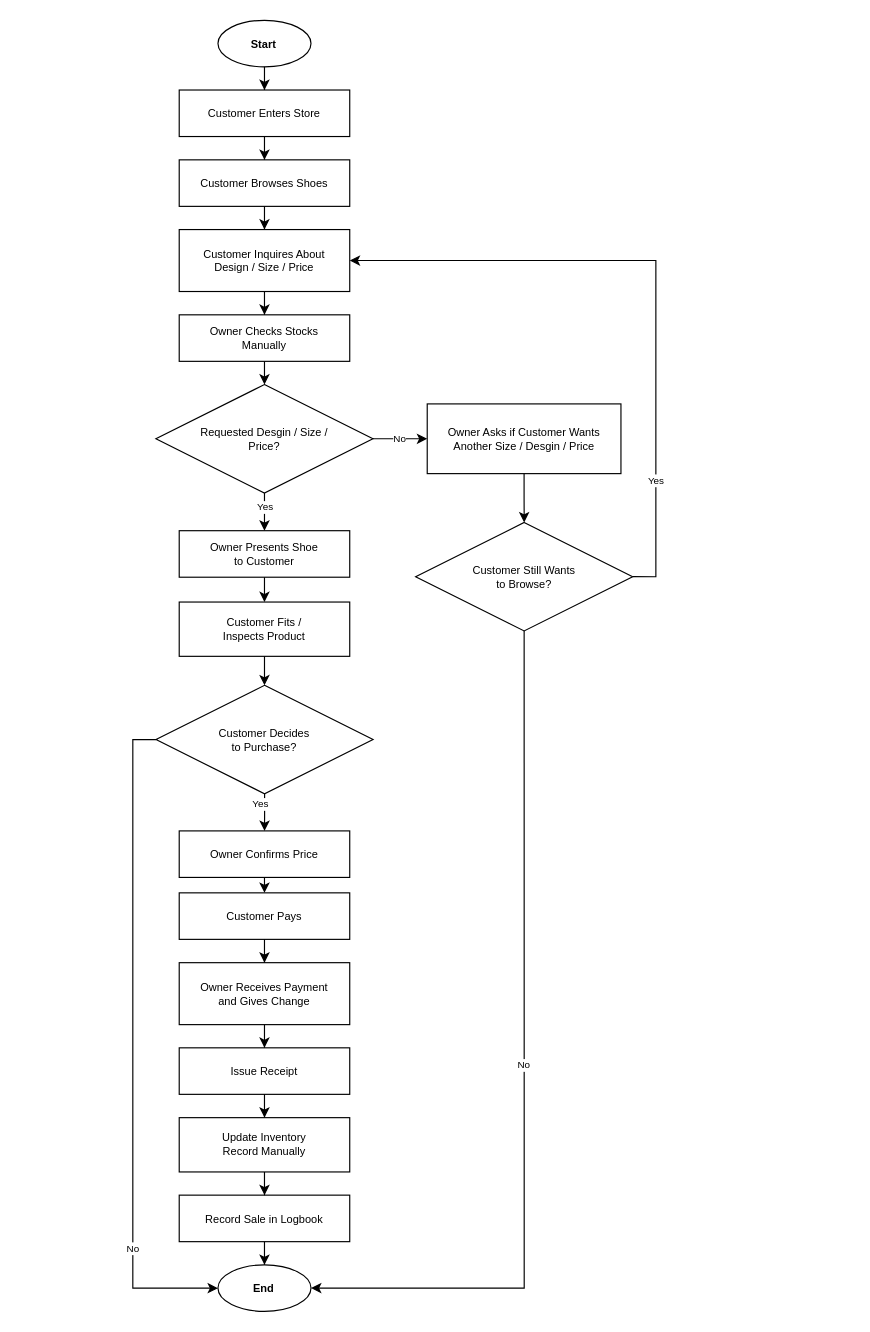
kibs06/CUF keeps this draw.io diagram as docs/diagrams/in-store-customer-journey.drawio. Above is the earlier version. Source tidied: cells renumbered, new cells numbered last; positions are measured from the earlier drawing's top-left corner, leaving out a move shared by most shapes. Both pictures are drawn from the tidied source at 116%, with x=0, y=0 at pixel (132, 20).
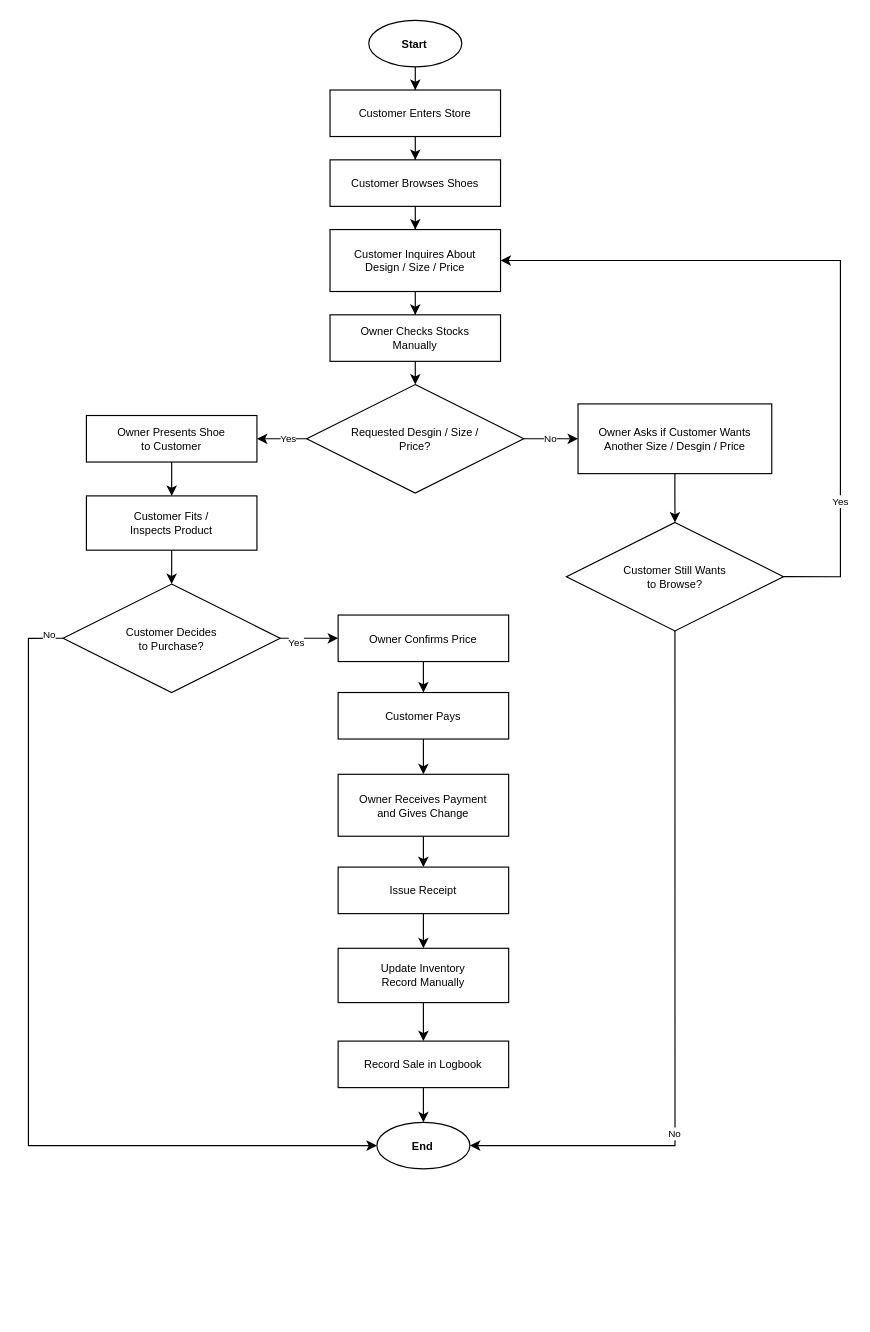
Above is the later version.

The edit, as a diff of the source:
```diff
@@
     <mxCell id="2" value="Start" style="ellipse;whiteSpace=wrap;html=1;fontSize=9.5;fontStyle=1;fillColor=none;labelBorderColor=none;fontColor=light-dark(#000000,#EDEDED);" parent="1" vertex="1">
-      <mxGeometry x="73.4" width="80.2" height="40.1" as="geometry" />
+      <mxGeometry x="203.4" width="80.2" height="40.1" as="geometry" />
     </mxCell>
     <mxCell id="3" value="Customer Enters Store" style="rounded=0;whiteSpace=wrap;html=1;fontSize=9.5;fillColor=none;labelBorderColor=none;fontColor=light-dark(#000000,#EDEDED);" parent="1" vertex="1">
-      <mxGeometry x="40" y="60.1" width="147" height="40.1" as="geometry" />
+      <mxGeometry x="170" y="60.1" width="147" height="40.1" as="geometry" />
     </mxCell>
     <mxCell id="4" value="Customer Browses Shoes" style="rounded=0;whiteSpace=wrap;html=1;fontSize=9.5;fillColor=none;labelBorderColor=none;fontColor=light-dark(#000000,#EDEDED);" parent="1" vertex="1">
-      <mxGeometry x="40" y="120.3" width="147" height="40.1" as="geometry" />
+      <mxGeometry x="170" y="120.3" width="147" height="40.1" as="geometry" />
     </mxCell>
     <mxCell id="5" value="Customer Inquires About&lt;br&gt;Design / Size / Price" style="rounded=0;whiteSpace=wrap;html=1;fontSize=9.5;fillColor=none;labelBorderColor=none;fontColor=light-dark(#000000,#EDEDED);" parent="1" vertex="1">
-      <mxGeometry x="40" y="180.4" width="147" height="53.4" as="geometry" />
+      <mxGeometry x="170" y="180.4" width="147" height="53.4" as="geometry" />
     </mxCell>
     <mxCell id="6" value="Owner Checks Stocks&lt;br&gt;Manually" style="rounded=0;whiteSpace=wrap;html=1;fontSize=9.5;fillColor=none;labelBorderColor=none;fontColor=light-dark(#000000,#EDEDED);" parent="1" vertex="1">
-      <mxGeometry x="40" y="253.9" width="147" height="40.1" as="geometry" />
+      <mxGeometry x="170" y="253.9" width="147" height="40.1" as="geometry" />
     </mxCell>
     <mxCell id="7" value="Requested Desgin / Size /&lt;br&gt;Price?" style="rhombus;whiteSpace=wrap;html=1;fontSize=9.5;perimeter=rhombusPerimeter;fillColor=none;labelBorderColor=none;fontColor=light-dark(#000000,#EDEDED);" parent="1" vertex="1">
-      <mxGeometry x="19.9" y="314" width="187.1" height="93.5" as="geometry" />
+      <mxGeometry x="149.9" y="314" width="187.1" height="93.5" as="geometry" />
     </mxCell>
     <mxCell id="8" value="Owner Asks if Customer Wants&lt;br&gt;Another Size / Desgin / Price" style="rounded=0;whiteSpace=wrap;html=1;fontSize=9.5;fillColor=none;labelBorderColor=none;fontColor=light-dark(#000000,#EDEDED);" parent="1" vertex="1">
-      <mxGeometry x="253.8" y="330.7" width="167" height="60.1" as="geometry" />
+      <mxGeometry x="383.8" y="330.7" width="167" height="60.1" as="geometry" />
     </mxCell>
     <mxCell id="9" value="Customer Still Wants&lt;br&gt;to Browse?" style="rhombus;whiteSpace=wrap;html=1;fontSize=9.5;perimeter=rhombusPerimeter;fillColor=none;labelBorderColor=none;fontColor=light-dark(#000000,#EDEDED);" parent="1" vertex="1">
-      <mxGeometry x="243.8" y="432.9" width="187.1" height="93.5" as="geometry" />
+      <mxGeometry x="373.8" y="432.9" width="187.1" height="93.5" as="geometry" />
     </mxCell>
     <mxCell id="10" value="Owner Presents Shoe&lt;br&gt;to Customer" style="rounded=0;whiteSpace=wrap;html=1;fontSize=9.5;fillColor=none;labelBorderColor=none;fontColor=light-dark(#000000,#EDEDED);" parent="1" vertex="1">
-      <mxGeometry x="40" y="440" width="147" height="40.1" as="geometry" />
+      <mxGeometry x="-40" y="340.7" width="147" height="40.1" as="geometry" />
     </mxCell>
     <mxCell id="11" value="Customer Fits /&lt;br&gt;Inspects Product" style="rounded=0;whiteSpace=wrap;html=1;fontSize=9.5;fillColor=none;labelBorderColor=none;fontColor=light-dark(#000000,#EDEDED);" parent="1" vertex="1">
-      <mxGeometry x="40" y="501.5" width="147" height="46.8" as="geometry" />
+      <mxGeometry x="-40" y="410" width="147" height="46.8" as="geometry" />
     </mxCell>
     <mxCell id="12" value="Customer Decides&lt;br&gt;to Purchase?" style="rhombus;whiteSpace=wrap;html=1;fontSize=9.5;perimeter=rhombusPerimeter;fillColor=none;labelBorderColor=none;fontColor=light-dark(#000000,#EDEDED);" parent="1" vertex="1">
-      <mxGeometry x="20" y="573.3" width="187.1" height="93.5" as="geometry" />
+      <mxGeometry x="-60.1" y="486" width="187.1" height="93.5" as="geometry" />
     </mxCell>
     <mxCell id="13" value="Owner Confirms Price" style="rounded=0;whiteSpace=wrap;html=1;fontSize=9.5;fillColor=none;labelBorderColor=none;fontColor=light-dark(#000000,#EDEDED);" parent="1" vertex="1">
-      <mxGeometry x="40" y="698.8" width="147" height="40.1" as="geometry" />
+      <mxGeometry x="177" y="512.7" width="147" height="40.1" as="geometry" />
     </mxCell>
     <mxCell id="14" value="Customer Pays" style="rounded=0;whiteSpace=wrap;html=1;fontSize=9.5;fillColor=none;labelBorderColor=none;fontColor=light-dark(#000000,#EDEDED);" parent="1" vertex="1">
-      <mxGeometry x="40" y="752.2" width="147" height="40.1" as="geometry" />
+      <mxGeometry x="177" y="579.5" width="147" height="40.1" as="geometry" />
     </mxCell>
     <mxCell id="15" value="Owner Receives Payment&lt;br&gt;and Gives Change" style="rounded=0;whiteSpace=wrap;html=1;fontSize=9.5;fillColor=none;labelBorderColor=none;fontColor=light-dark(#000000,#EDEDED);" parent="1" vertex="1">
-      <mxGeometry x="40" y="812.4" width="147" height="53.4" as="geometry" />
+      <mxGeometry x="177" y="650" width="147" height="53.4" as="geometry" />
     </mxCell>
     <mxCell id="16" value="Issue Receipt" style="rounded=0;whiteSpace=wrap;html=1;fontSize=9.5;fillColor=none;labelBorderColor=none;fontColor=light-dark(#000000,#EDEDED);" parent="1" vertex="1">
-      <mxGeometry x="40" y="885.8" width="147" height="40.1" as="geometry" />
+      <mxGeometry x="177" y="730" width="147" height="40.1" as="geometry" />
     </mxCell>
     <mxCell id="17" value="Update Inventory&lt;br&gt;Record Manually" style="rounded=0;whiteSpace=wrap;html=1;fontSize=9.5;fillColor=none;labelBorderColor=none;fontColor=light-dark(#000000,#EDEDED);" parent="1" vertex="1">
-      <mxGeometry x="40" y="946" width="147" height="46.8" as="geometry" />
+      <mxGeometry x="177" y="800" width="147" height="46.8" as="geometry" />
     </mxCell>
     <mxCell id="18" value="Record Sale in Logbook" style="rounded=0;whiteSpace=wrap;html=1;fontSize=9.5;fillColor=none;labelBorderColor=none;fontColor=light-dark(#000000,#EDEDED);" parent="1" vertex="1">
-      <mxGeometry x="40" y="1012.8" width="147" height="40.1" as="geometry" />
+      <mxGeometry x="177" y="880" width="147" height="40.1" as="geometry" />
     </mxCell>
     <mxCell id="19" value="End" style="ellipse;whiteSpace=wrap;html=1;fontSize=9.5;fontStyle=1;fillColor=none;labelBorderColor=none;fontColor=light-dark(#000000,#EDEDED);" parent="1" vertex="1">
-      <mxGeometry x="73.4" y="1072.9" width="80.2" height="40.1" as="geometry" />
+      <mxGeometry x="210.4" y="950" width="80.2" height="40.1" as="geometry" />
     </mxCell>
@@
-    <mxCell id="27" value="Yes" style="edgeStyle=orthogonalEdgeStyle;rounded=0;jettySize=auto;html=1;fontColor=light-dark(#000000,#EDEDED);fontSize=8.5;endArrow=classic;endFill=1;exitX=1;exitY=0.5;exitDx=0;exitDy=0;entryX=1;entryY=0.5;entryDx=0;entryDy=0;fillColor=none;labelBorderColor=none;" parent="1" edge="1" source="9" target="5">
-      <mxGeometry x="-0.63" relative="1" as="geometry" />
+    <mxCell id="27" value="Yes" style="edgeStyle=orthogonalEdgeStyle;rounded=0;jettySize=0;html=1;fontColor=light-dark(#000000,#EDEDED);fontSize=8.5;endArrow=classic;endFill=1;exitX=1;exitY=0.5;exitDx=0;exitDy=0;entryX=1;entryY=0.5;entryDx=0;entryDy=0;fillColor=none;labelBorderColor=none;" parent="1" edge="1" source="9" target="5">
+      <mxGeometry x="-0.63" relative="1" as="geometry">
+        <Array as="points">
+          <mxPoint x="610" y="479.6" />
+          <mxPoint x="610" y="207.1" />
+        </Array>
+      </mxGeometry>
     </mxCell>
-    <mxCell id="28" value="No" style="edgeStyle=orthogonalEdgeStyle;rounded=0;jettySize=auto;html=1;fontColor=light-dark(#000000,#EDEDED);fontSize=8.5;endArrow=classic;endFill=1;exitX=0.5;exitY=1;exitDx=0;exitDy=0;entryX=1;entryY=0.5;entryDx=0;entryDy=0;fillColor=none;labelBorderColor=none;" parent="1" edge="1" source="9" target="19">
-      <mxGeometry relative="1" as="geometry" />
+    <mxCell id="28" value="No" style="edgeStyle=orthogonalEdgeStyle;rounded=0;jettySize=0;html=1;fontColor=light-dark(#000000,#EDEDED);fontSize=8.5;endArrow=classic;endFill=1;exitX=0.5;exitY=1;exitDx=0;exitDy=0;entryX=1;entryY=0.5;entryDx=0;entryDy=0;fillColor=none;labelBorderColor=none;" parent="1" edge="1" source="9" target="19">
+      <mxGeometry x="0.4" relative="1" as="geometry" />
     </mxCell>
@@
     <mxCell id="32" value="No" style="edgeStyle=orthogonalEdgeStyle;rounded=0;jettySize=auto;html=1;fontColor=light-dark(#000000,#EDEDED);fontSize=8.5;endArrow=classic;exitX=0;exitY=0.5;exitDx=0;exitDy=0;endFill=1;fillColor=none;labelBorderColor=none;" parent="1" edge="1" source="12" target="19">
-      <mxGeometry x="0.62" relative="1" as="geometry">
+      <mxGeometry x="-0.97" y="-3" relative="1" as="geometry">
         <Array as="points">
-          <mxPoint y="620.1" />
-          <mxPoint y="1093" />
+          <mxPoint x="-90" y="532.8" />
+          <mxPoint x="-90" y="970.1" />
         </Array>
       </mxGeometry>
     </mxCell>
@@
-    <mxCell id="39" style="endArrow=classic;html=1;rounded=0;defaultLabelBackgroundColor=page;" parent="1" edge="1" source="13" target="14">
+    <mxCell id="39" style="edgeStyle=orthogonalEdgeStyle;rounded=0;jettySize=0;endArrow=classic;html=1;rounded=0;defaultLabelBackgroundColor=page;exitX=0.5;exitY=1;exitDx=0;exitDy=0;entryX=0.5;entryY=0;entryDx=0;entryDy=0;" parent="1" edge="1" source="13" target="14">
       <mxGeometry relative="1" as="geometry" />
     </mxCell>
-    <mxCell id="40" style="endArrow=classic;html=1;rounded=0;defaultLabelBackgroundColor=page;" parent="1" edge="1" source="11" target="12">
+    <mxCell id="40" style="edgeStyle=orthogonalEdgeStyle;rounded=0;jettySize=0;endArrow=classic;html=1;rounded=0;defaultLabelBackgroundColor=page;exitX=0.5;exitY=1;exitDx=0;exitDy=0;entryX=0.5;entryY=0;entryDx=0;entryDy=0;" parent="1" edge="1" source="11" target="12">
       <mxGeometry relative="1" as="geometry" />
     </mxCell>
```
